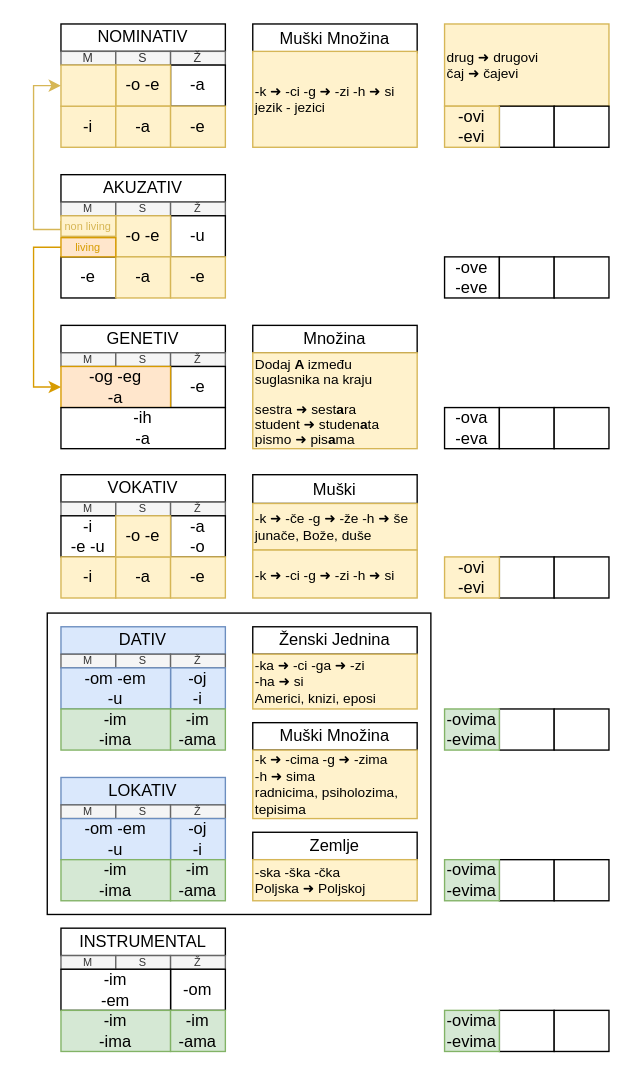
vlandivir/srpski keeps this draw.io diagram as padezi.drawio. Above is the earlier version. Source tidied: cells renumbered, new cells numbered last; positions are measured from the earlier drawing's top-left corner, leaving out a move shared by most shapes. Both pictures are drawn from the tidied source at 137%, with x=0, y=0 at pixel (33, 23).
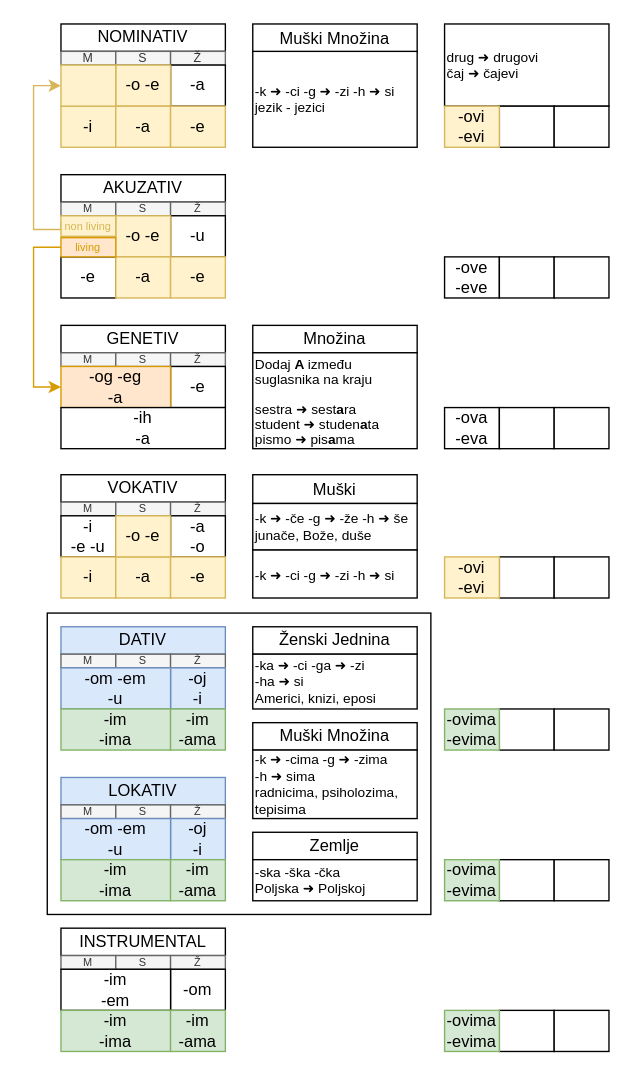
After the change.

Diff of the diagram source:
```diff
@@
-    <mxCell id="5" value="drug ➜ drugovi&lt;br&gt;čaj ➜ čajevi" style="rounded=0;whiteSpace=wrap;html=1;align=left;fillColor=#fff2cc;strokeColor=#d6b656;fontSize=10;" parent="1" vertex="1">
+    <mxCell id="5" value="drug ➜ drugovi&lt;br&gt;čaj ➜ čajevi" style="rounded=0;whiteSpace=wrap;html=1;align=left;fontSize=10;" parent="1" vertex="1">
       <mxGeometry x="300" width="120" height="60" as="geometry" />
     </mxCell>
@@
-    <mxCell id="91" value="-k&amp;nbsp;➜ -ci -g&amp;nbsp;➜ -zi -h&amp;nbsp;➜ si&lt;br style=&quot;font-size: 10px;&quot;&gt;jezik - jezici" style="rounded=0;whiteSpace=wrap;html=1;align=left;fillColor=#fff2cc;strokeColor=#d6b656;fontSize=10;" parent="1" vertex="1">
+    <mxCell id="91" value="-k&amp;nbsp;➜ -ci -g&amp;nbsp;➜ -zi -h&amp;nbsp;➜ si&lt;br style=&quot;font-size: 10px;&quot;&gt;jezik - jezici" style="rounded=0;whiteSpace=wrap;html=1;align=left;fontSize=10;" parent="1" vertex="1">
       <mxGeometry x="160" y="20" width="120" height="70" as="geometry" />
     </mxCell>
-    <mxCell id="92" value="-k&amp;nbsp;➜ -če -g&amp;nbsp;➜ -že -h&amp;nbsp;➜ še&lt;br&gt;junače, Bože, duše" style="rounded=0;whiteSpace=wrap;html=1;align=left;fillColor=#fff2cc;strokeColor=#d6b656;fontSize=10;" parent="1" vertex="1">
+    <mxCell id="92" value="-k&amp;nbsp;➜ -če -g&amp;nbsp;➜ -že -h&amp;nbsp;➜ še&lt;br&gt;junače, Bože, duše" style="rounded=0;whiteSpace=wrap;html=1;align=left;fontSize=10;" parent="1" vertex="1">
       <mxGeometry x="160" y="350" width="120" height="34" as="geometry" />
     </mxCell>
-    <mxCell id="93" value="-k&amp;nbsp;➜ -ci -g&amp;nbsp;➜ -zi -h&amp;nbsp;➜ si&lt;br style=&quot;font-size: 10px;&quot;&gt;" style="rounded=0;whiteSpace=wrap;html=1;align=left;fillColor=#fff2cc;strokeColor=#d6b656;fontSize=10;" parent="1" vertex="1">
+    <mxCell id="93" value="-k&amp;nbsp;➜ -ci -g&amp;nbsp;➜ -zi -h&amp;nbsp;➜ si&lt;br style=&quot;font-size: 10px;&quot;&gt;" style="rounded=0;whiteSpace=wrap;html=1;align=left;fontSize=10;" parent="1" vertex="1">
       <mxGeometry x="160" y="384" width="120" height="35" as="geometry" />
     </mxCell>
@@
-    <mxCell id="95" value="-ka ➜ -ci -ga ➜ -zi &lt;br&gt;-ha ➜ si&lt;br&gt;Americi, knizi, eposi" style="rounded=0;whiteSpace=wrap;html=1;align=left;fillColor=#fff2cc;strokeColor=#d6b656;fontSize=10;" parent="1" vertex="1">
+    <mxCell id="95" value="-ka ➜ -ci -ga ➜ -zi &lt;br&gt;-ha ➜ si&lt;br&gt;Americi, knizi, eposi" style="rounded=0;whiteSpace=wrap;html=1;align=left;fontSize=10;" parent="1" vertex="1">
       <mxGeometry x="160" y="460" width="120" height="40" as="geometry" />
     </mxCell>
@@
-    <mxCell id="97" value="-k ➜ -cima -g ➜ -zima&lt;br&gt;-h ➜ sima&lt;br&gt;radnicima, psiholozima, tepisima" style="rounded=0;whiteSpace=wrap;html=1;align=left;fillColor=#fff2cc;strokeColor=#d6b656;fontSize=10;" parent="1" vertex="1">
+    <mxCell id="97" value="-k ➜ -cima -g ➜ -zima&lt;br&gt;-h ➜ sima&lt;br&gt;radnicima, psiholozima, tepisima" style="rounded=0;whiteSpace=wrap;html=1;align=left;fontSize=10;" parent="1" vertex="1">
       <mxGeometry x="160" y="530" width="120" height="50" as="geometry" />
     </mxCell>
@@
-    <mxCell id="99" value="-ska -ška -čka&lt;br&gt;Poljska ➜ Poljskoj" style="rounded=0;whiteSpace=wrap;html=1;align=left;fillColor=#fff2cc;strokeColor=#d6b656;fontSize=10;" parent="1" vertex="1">
+    <mxCell id="99" value="-ska -ška -čka&lt;br&gt;Poljska ➜ Poljskoj" style="rounded=0;whiteSpace=wrap;html=1;align=left;fontSize=10;" parent="1" vertex="1">
       <mxGeometry x="160" y="610" width="120" height="30" as="geometry" />
     </mxCell>
@@
-    <mxCell id="101" value="&lt;p style=&quot;line-height: 110%;&quot;&gt;Dodaj &lt;b&gt;A &lt;/b&gt;između suglasnika na kraju&lt;br&gt;&lt;br&gt;sestra ➜ sest&lt;b&gt;a&lt;/b&gt;ra&lt;br&gt;student ➜ studen&lt;b&gt;a&lt;/b&gt;ta&lt;br&gt;pismo ➜ pis&lt;b&gt;a&lt;/b&gt;ma&lt;/p&gt;" style="rounded=0;whiteSpace=wrap;html=1;align=left;fillColor=#fff2cc;strokeColor=#d6b656;fontSize=10;" parent="1" vertex="1">
+    <mxCell id="101" value="&lt;p style=&quot;line-height: 110%;&quot;&gt;Dodaj &lt;b&gt;A &lt;/b&gt;između suglasnika na kraju&lt;br&gt;&lt;br&gt;sestra ➜ sest&lt;b&gt;a&lt;/b&gt;ra&lt;br&gt;student ➜ studen&lt;b&gt;a&lt;/b&gt;ta&lt;br&gt;pismo ➜ pis&lt;b&gt;a&lt;/b&gt;ma&lt;/p&gt;" style="rounded=0;whiteSpace=wrap;html=1;align=left;fontSize=10;" parent="1" vertex="1">
       <mxGeometry x="160" y="240" width="120" height="70" as="geometry" />
     </mxCell>
```
